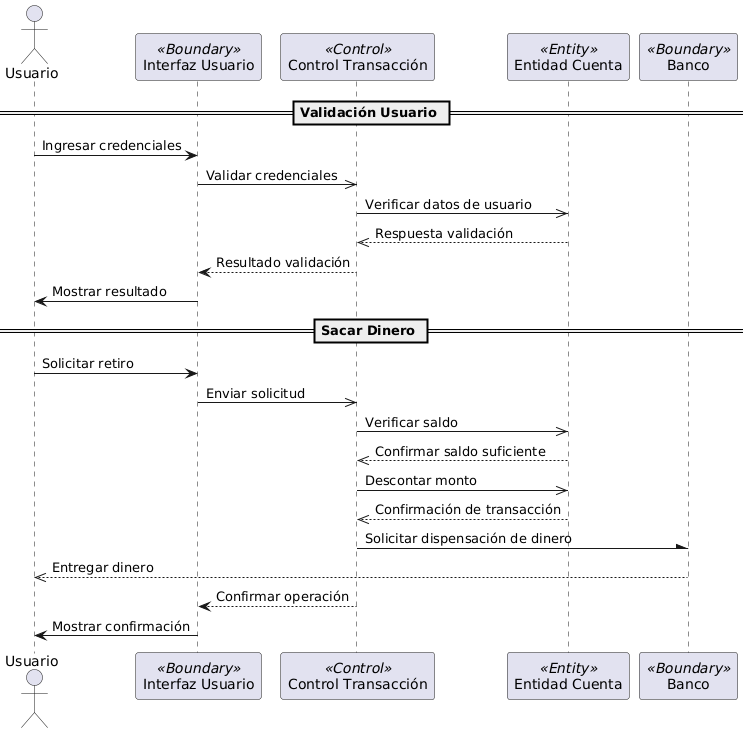
The PlantUML diagram Diagrama-De-Secuencia.png in obezeq/Entornos-Actividad-Diagramas-de-secuencias, before a commit. Its diagram source:
```plantuml
@startuml
actor Usuario
participant "Interfaz Usuario" as IU <<Boundary>>
participant "Control Transacción" as CT <<Control>>
participant "Entidad Cuenta" as EC <<Entity>>
participant "Banco" as Banco <<Boundary>>


== Validación Usuario ==
Usuario -> IU: Ingresar credenciales
IU ->> CT: Validar credenciales
CT ->> EC: Verificar datos de usuario
EC -->> CT: Respuesta validación
CT --> IU: Resultado validación
IU -> Usuario: Mostrar resultado


== Sacar Dinero ==
Usuario -> IU: Solicitar retiro
IU ->> CT: Enviar solicitud
CT ->> EC: Verificar saldo
EC -->> CT: Confirmar saldo suficiente
CT ->> EC: Descontar monto
EC -->> CT: Confirmación de transacción
CT -\ Banco: Solicitar dispensación de dinero
Banco -->> Usuario: Entregar dinero
CT --> IU: Confirmar operación
IU -> Usuario: Mostrar confirmación
@enduml
```
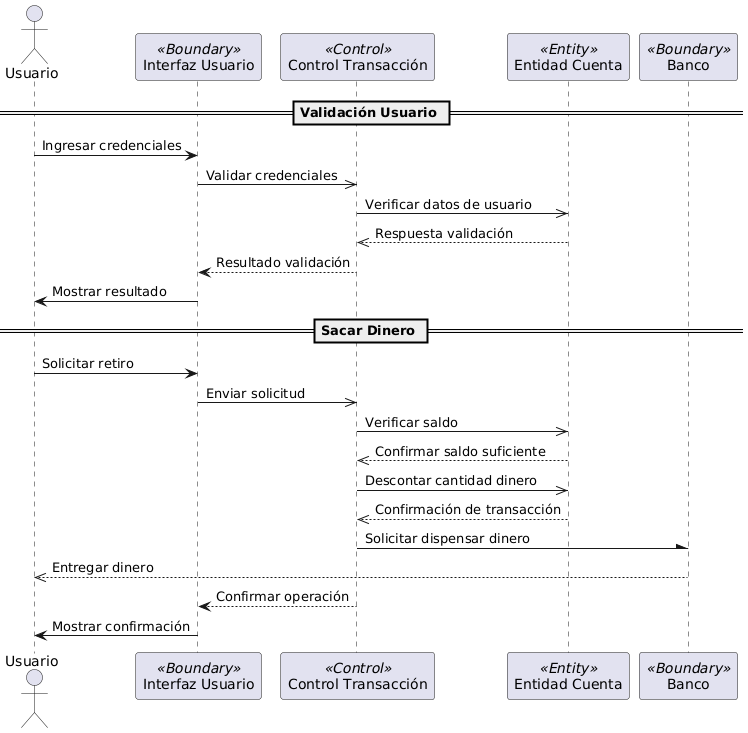
After the commit.

Commit message:
Tarea Diagrama de Secuencias

Diff of the diagram source:
```diff
@@ -20,9 +20,9 @@
 IU ->> CT: Enviar solicitud
 CT ->> EC: Verificar saldo
 EC -->> CT: Confirmar saldo suficiente
-CT ->> EC: Descontar monto
+CT ->> EC: Descontar cantidad dinero
 EC -->> CT: Confirmación de transacción
-CT -\ Banco: Solicitar dispensación de dinero
+CT -\ Banco: Solicitar dispensar dinero
 Banco -->> Usuario: Entregar dinero
 CT --> IU: Confirmar operación
 IU -> Usuario: Mostrar confirmación
```
